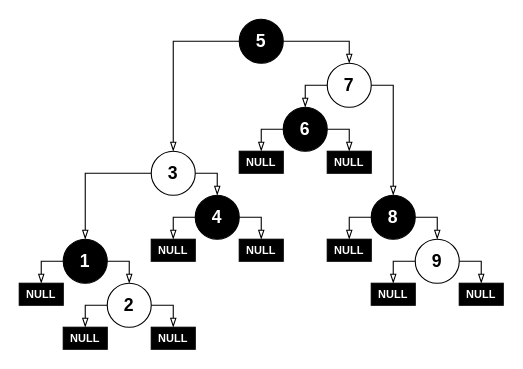
Before: projects/examples/source/10.34.drawio in i-s-m-mipt/Education, a draw.io diagram. Source tidied: cells renumbered, new cells numbered last; positions are measured from the earlier drawing's top-left corner, leaving out a move shared by most shapes. Both pictures are drawn from the tidied source at 110%, with x=0, y=0 at pixel (19, 19).
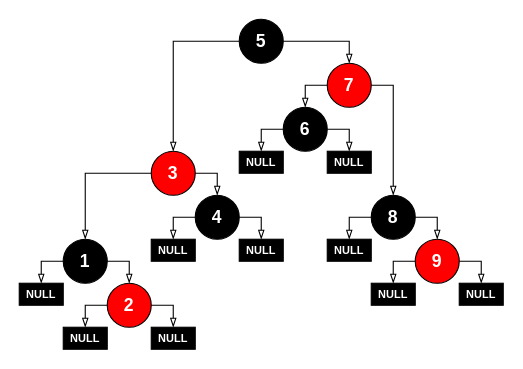
After the change.

The edit, as a diff of the source:
```diff
@@
-    <mxCell id="3" value="&lt;font&gt;&lt;b&gt;3&lt;/b&gt;&lt;/font&gt;" style="ellipse;whiteSpace=wrap;html=1;fillColor=none;fontFamily=Helvetica;fontSize=16;fontColor=#000000;" parent="1" vertex="1">
+    <mxCell id="3" value="&lt;font style=&quot;color: rgb(255, 255, 255);&quot;&gt;&lt;b&gt;3&lt;/b&gt;&lt;/font&gt;" style="ellipse;whiteSpace=wrap;html=1;fillColor=#FF0000;fontFamily=Helvetica;fontSize=16;fontColor=#000000;" parent="1" vertex="1">
       <mxGeometry x="120" y="120" width="40" height="40" as="geometry" />
     </mxCell>
-    <mxCell id="4" value="&lt;font&gt;&lt;b&gt;7&lt;/b&gt;&lt;/font&gt;" style="ellipse;whiteSpace=wrap;html=1;fillColor=none;fontFamily=Helvetica;fontSize=16;fontColor=#000000;" parent="1" vertex="1">
+    <mxCell id="4" value="&lt;font style=&quot;color: rgb(255, 255, 255);&quot;&gt;&lt;b&gt;7&lt;/b&gt;&lt;/font&gt;" style="ellipse;whiteSpace=wrap;html=1;fillColor=#FF0000;fontFamily=Helvetica;fontSize=16;fontColor=#000000;" parent="1" vertex="1">
       <mxGeometry x="280" y="40" width="40" height="40" as="geometry" />
     </mxCell>
@@
-    <mxCell id="7" value="&lt;font&gt;&lt;b&gt;2&lt;/b&gt;&lt;/font&gt;" style="ellipse;whiteSpace=wrap;html=1;fillColor=none;fontFamily=Helvetica;fontSize=16;fontColor=#000000;" parent="1" vertex="1">
+    <mxCell id="7" value="&lt;font style=&quot;color: rgb(255, 255, 255);&quot;&gt;&lt;b&gt;2&lt;/b&gt;&lt;/font&gt;" style="ellipse;whiteSpace=wrap;html=1;fillColor=#FF0000;fontFamily=Helvetica;fontSize=16;fontColor=#000000;" parent="1" vertex="1">
       <mxGeometry x="80" y="240" width="40" height="40" as="geometry" />
     </mxCell>
@@
-    <mxCell id="17" value="&lt;font&gt;&lt;b&gt;9&lt;/b&gt;&lt;/font&gt;" style="ellipse;whiteSpace=wrap;html=1;fillColor=none;fontFamily=Helvetica;fontSize=16;fontColor=#000000;" parent="1" vertex="1">
+    <mxCell id="17" value="&lt;font style=&quot;color: rgb(255, 255, 255);&quot;&gt;&lt;b&gt;9&lt;/b&gt;&lt;/font&gt;" style="ellipse;whiteSpace=wrap;html=1;fillColor=#FF0000;fontFamily=Helvetica;fontSize=16;fontColor=#000000;" parent="1" vertex="1">
       <mxGeometry x="360" y="200" width="40" height="40" as="geometry" />
     </mxCell>
```
